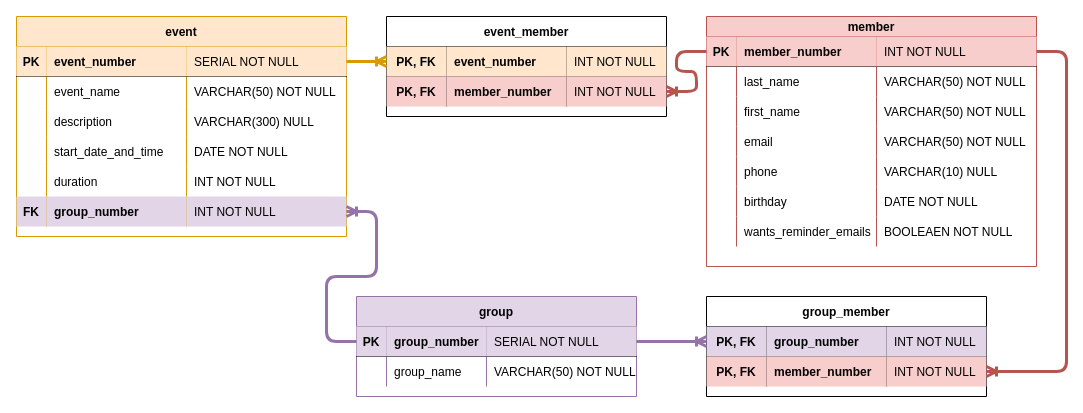
Earlier version of the draw.io diagram meetups.drawio (kschuljak/kschuljak). Source tidied: cells renumbered, new cells numbered last; positions are measured from the earlier drawing's top-left corner, leaving out a move shared by most shapes. Both pictures are drawn from the tidied source at 100%, with x=0, y=0 at pixel (16, 16).
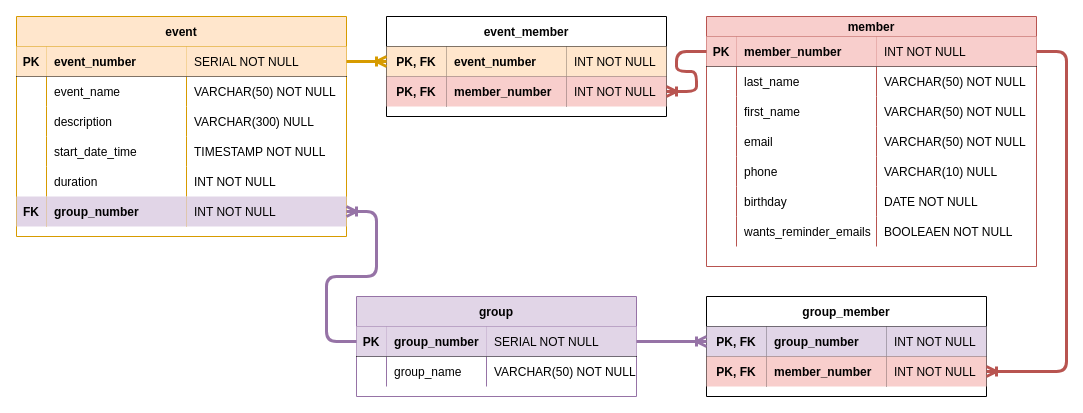
The same page after the edit.

The change refers to these unchanged cells:
```xml
<mxCell id="33" style="shape=partialRectangle;fillColor=none;top=0;left=0;right=0;bottom=0;" parent="20" vertex="1">
  <mxGeometry y="120" width="330" height="30" as="geometry" />
</mxCell>
```

The edit, as a diff of the source:
```diff
@@
-    <mxCell id="35" value="start_date_and_time" style="shape=partialRectangle;overflow=hidden;fillColor=none;top=0;left=0;bottom=0;right=0;align=left;spacingLeft=6;" parent="33" vertex="1">
+    <mxCell id="35" value="start_date_time" style="shape=partialRectangle;overflow=hidden;fillColor=none;top=0;left=0;bottom=0;right=0;align=left;spacingLeft=6;" parent="33" vertex="1">
       <mxGeometry x="30" width="140" height="30" as="geometry" />
     </mxCell>
-    <mxCell id="36" value="DATE NOT NULL" style="shape=partialRectangle;overflow=hidden;fillColor=none;top=0;left=0;bottom=0;right=0;align=left;spacingLeft=6;" parent="33" vertex="1">
+    <mxCell id="36" value="TIMESTAMP NOT NULL" style="shape=partialRectangle;overflow=hidden;fillColor=none;top=0;left=0;bottom=0;right=0;align=left;spacingLeft=6;" parent="33" vertex="1">
       <mxGeometry x="170" width="160" height="30" as="geometry" />
     </mxCell>
```
